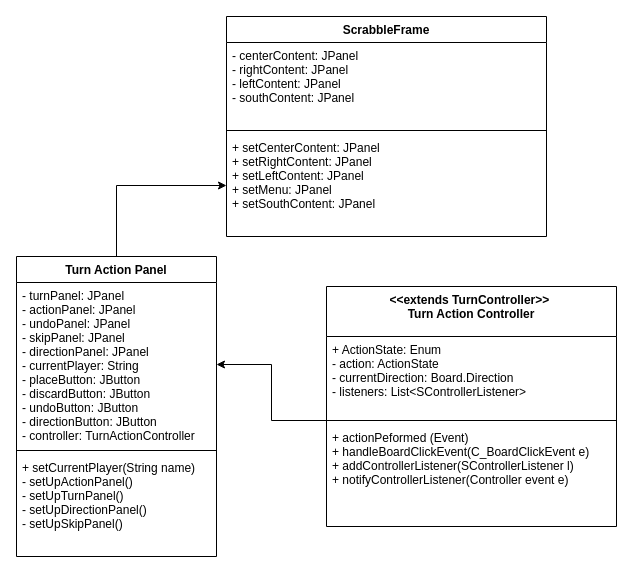
This is UML/ClassDiagrams/ScrabbleFrameTurnAction.drawio from trk20/Scuffle, a draw.io file, before an edit. Source tidied: cells renumbered, new cells numbered last; positions are measured from the earlier drawing's top-left corner, leaving out a move shared by most shapes. Both pictures are drawn from the tidied source at 100%, with x=0, y=0 at pixel (16, 16).
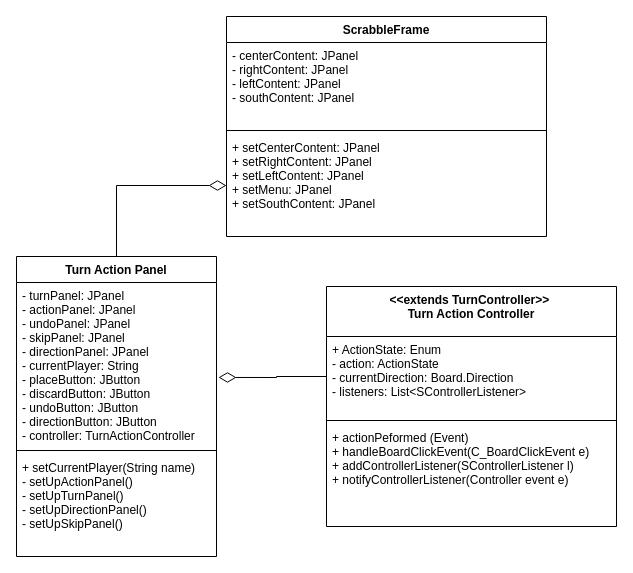
The same page after the edit.

The edit, as a diff of the source:
```diff
@@
 <mxGraphModel>
   <root>
     <mxCell id="0" />
     <mxCell id="1" parent="0" />
     <mxCell id="2" value="ScrabbleFrame" style="swimlane;fontStyle=1;align=center;verticalAlign=top;horizontal=1;startSize=26;" parent="1" vertex="1">
       <mxGeometry x="210" width="320" height="220" as="geometry" />
     </mxCell>
     <mxCell id="3" value="- centerContent: JPanel&#10;- rightContent: JPanel&#10;- leftContent: JPanel&#10;- southContent: JPanel&#10;" style="text;strokeColor=none;fillColor=none;align=left;verticalAlign=top;spacingLeft=4;spacingRight=4;overflow=hidden;" parent="2" vertex="1">
       <mxGeometry y="26" width="320" height="84" as="geometry" />
     </mxCell>
     <mxCell id="4" style="line;strokeWidth=1;fillColor=none;align=left;verticalAlign=middle;spacingTop=-1;spacingLeft=3;spacingRight=3;labelPosition=right;" parent="2" vertex="1">
       <mxGeometry y="110" width="320" height="8" as="geometry" />
     </mxCell>
     <mxCell id="5" value="+ setCenterContent: JPanel&#10;+ setRightContent: JPanel&#10;+ setLeftContent: JPanel&#10;+ setMenu: JPanel&#10;+ setSouthContent: JPanel" style="text;strokeColor=none;fillColor=none;align=left;verticalAlign=top;spacingLeft=4;spacingRight=4;overflow=hidden;points=[[0,0.5],[1,0.5]];portConstraint=eastwest;" parent="2" vertex="1">
       <mxGeometry y="118" width="320" height="102" as="geometry" />
     </mxCell>
-    <mxCell id="6" style="edgeStyle=orthogonalEdgeStyle;rounded=0;jettySize=auto;html=1;entryX=0;entryY=0.5;entryDx=0;entryDy=0;" parent="1" edge="1" source="7" target="5">
+    <mxCell id="6" style="edgeStyle=orthogonalEdgeStyle;rounded=0;jettySize=auto;html=1;entryX=0;entryY=0.5;entryDx=0;entryDy=0;endArrow=diamondThin;endFill=0;endSize=15;" parent="1" edge="1" source="7" target="5">
       <mxGeometry relative="1" as="geometry" />
     </mxCell>
     <mxCell id="7" value="Turn Action Panel" style="swimlane;fontStyle=1;align=center;verticalAlign=top;horizontal=1;startSize=26;" parent="1" vertex="1">
       <mxGeometry y="240" width="200" height="300" as="geometry" />
     </mxCell>
     <mxCell id="8" value="- turnPanel: JPanel&#10;- actionPanel: JPanel&#10;- undoPanel: JPanel&#10;- skipPanel: JPanel&#10;- directionPanel: JPanel&#10;- currentPlayer: String&#10;- placeButton: JButton&#10;- discardButton: JButton&#10;- undoButton: JButton&#10;- directionButton: JButton&#10;- controller: TurnActionController" style="text;strokeColor=none;fillColor=none;align=left;verticalAlign=top;spacingLeft=4;spacingRight=4;overflow=hidden;points=[[0,0.5],[1,0.5]];portConstraint=eastwest;" parent="7" vertex="1">
       <mxGeometry y="26" width="200" height="164" as="geometry" />
     </mxCell>
     <mxCell id="9" style="line;strokeWidth=1;fillColor=none;align=left;verticalAlign=middle;spacingTop=-1;spacingLeft=3;spacingRight=3;labelPosition=right;" parent="7" vertex="1">
       <mxGeometry y="190" width="200" height="8" as="geometry" />
     </mxCell>
     <mxCell id="10" value="+ setCurrentPlayer(String name)&#10;- setUpActionPanel()&#10;- setUpTurnPanel()&#10;- setUpDirectionPanel()&#10;- setUpSkipPanel()" style="text;strokeColor=none;fillColor=none;align=left;verticalAlign=top;spacingLeft=4;spacingRight=4;overflow=hidden;" parent="7" vertex="1">
       <mxGeometry y="198" width="200" height="102" as="geometry" />
     </mxCell>
     <mxCell id="11" value="&lt;&lt;extends TurnController&gt;&gt; &#10;Turn Action Controller" style="swimlane;fontStyle=1;align=center;verticalAlign=top;horizontal=1;startSize=50;" parent="1" vertex="1">
       <mxGeometry x="310" y="270" width="290" height="240" as="geometry" />
     </mxCell>
     <mxCell id="12" value="+ ActionState: Enum&#10;- action: ActionState&#10;- currentDirection: Board.Direction&#10;- listeners: List&lt;SControllerListener&gt;&#10;&#10;" style="text;strokeColor=none;fillColor=none;align=left;verticalAlign=top;spacingLeft=4;spacingRight=4;overflow=hidden;points=[[0,0.5],[1,0.5]];portConstraint=eastwest;" parent="11" vertex="1">
       <mxGeometry y="50" width="290" height="80" as="geometry" />
     </mxCell>
     <mxCell id="13" style="line;strokeWidth=1;fillColor=none;align=left;verticalAlign=middle;spacingTop=-1;spacingLeft=3;spacingRight=3;labelPosition=right;points=[];portConstraint=eastwest;" parent="11" vertex="1">
       <mxGeometry y="130" width="290" height="8" as="geometry" />
     </mxCell>
     <mxCell id="14" value="+ actionPeformed (Event)&#10;+ handleBoardClickEvent(C_BoardClickEvent e)&#10;+ addControllerListener(SControllerListener l)&#10;+ notifyControllerListener(Controller event e)" style="text;strokeColor=none;fillColor=none;align=left;verticalAlign=top;spacingLeft=4;spacingRight=4;overflow=hidden;" parent="11" vertex="1">
       <mxGeometry y="138" width="290" height="102" as="geometry" />
     </mxCell>
-    <mxCell id="15" style="edgeStyle=orthogonalEdgeStyle;rounded=0;jettySize=auto;html=1;" parent="1" edge="1" source="13" target="8">
-      <mxGeometry relative="1" as="geometry" />
-    </mxCell>
+    <mxCell id="16" style="edgeStyle=orthogonalEdgeStyle;rounded=0;jettySize=auto;html=1;entryX=1.01;entryY=0.579;entryDx=0;entryDy=0;entryPerimeter=0;endArrow=diamondThin;endFill=0;endSize=15;" parent="1" edge="1" source="12" target="8">
+      <mxGeometry relative="1" as="geometry" />
+    </mxCell>
   </root>
 </mxGraphModel>
```
